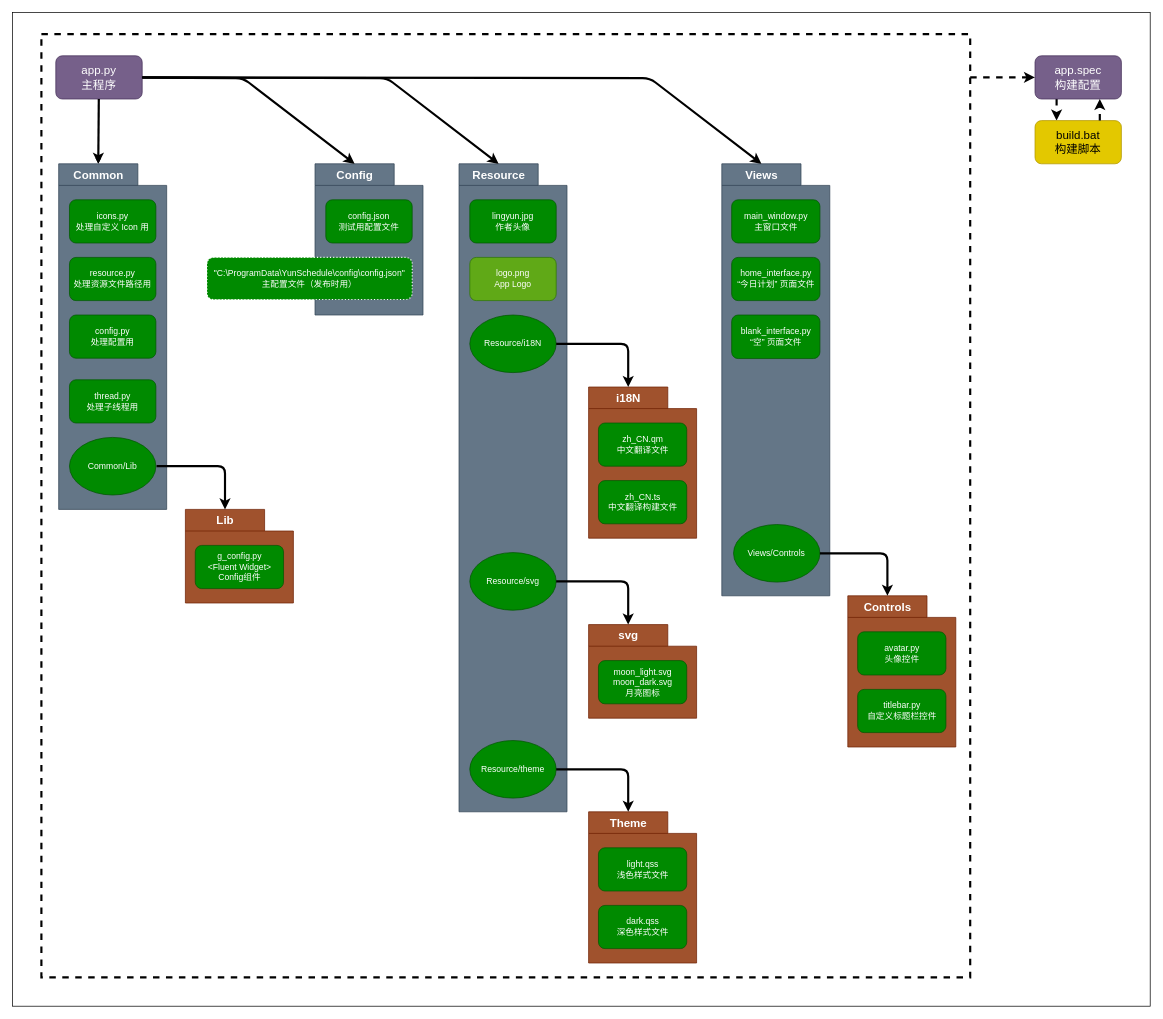
This is module.dio from Yuns-Lab/YunSchedule-Old, a draw.io file, before an edit. Source tidied: cells renumbered, new cells numbered last; positions are measured from the earlier drawing's top-left corner, leaving out a move shared by most shapes. Both pictures are drawn from the tidied source at 72%, with x=0, y=0 at pixel (12, 12).
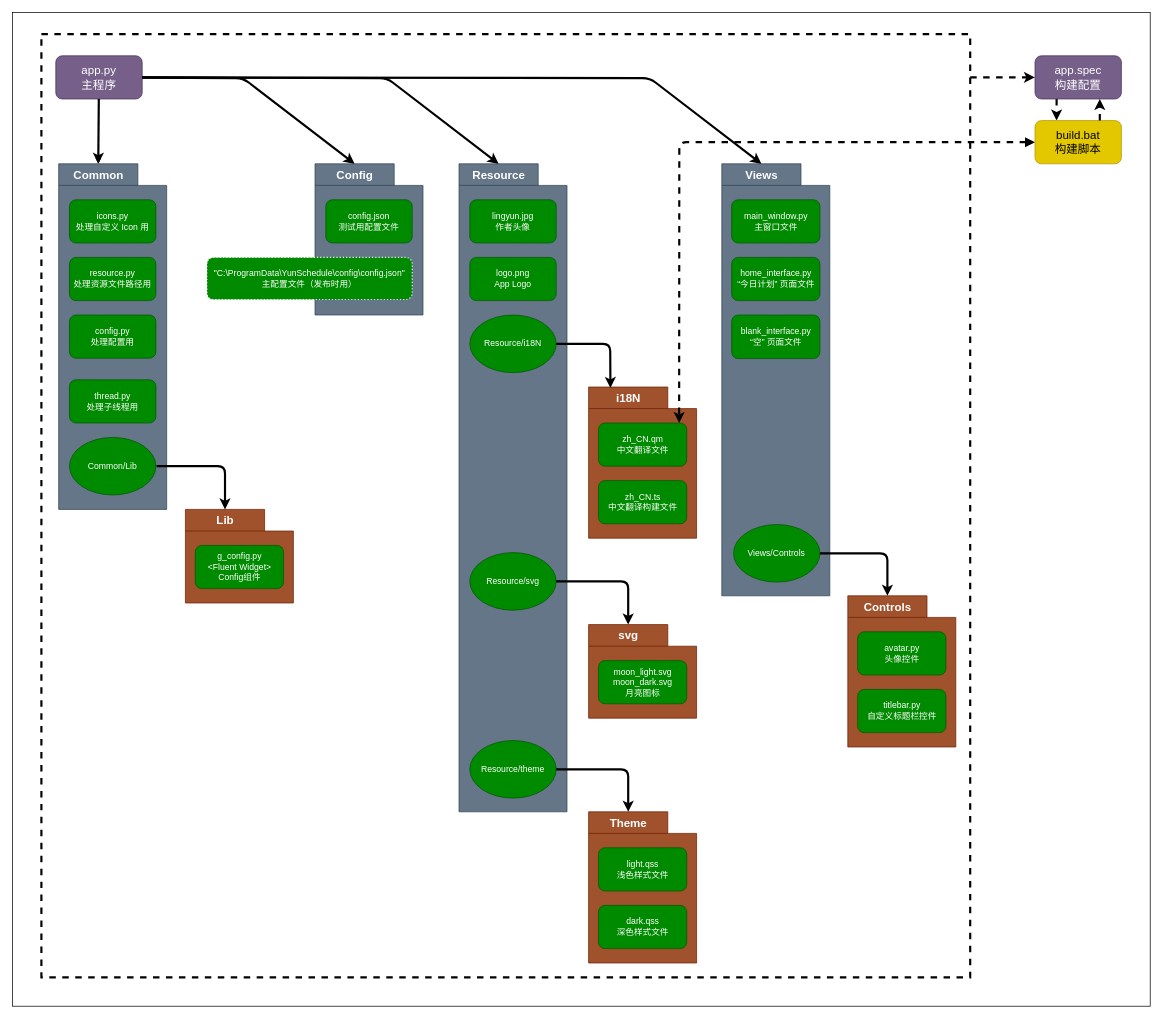
After the change.

Commit message (it also covers changes not shown here):
分离构建脚本，更新结构图

The change refers to these unchanged cells:
```xml
<mxCell id="17" value="Resource&lt;br&gt;" style="shape=folder;fontStyle=1;tabWidth=110;tabHeight=30;tabPosition=left;html=1;boundedLbl=1;labelInHeader=1;fontSize=16;fillColor=#647687;fontColor=#ffffff;strokeColor=#314354;" parent="1" vertex="1">
  <mxGeometry x="620" y="210" width="150" height="900" as="geometry" />
</mxCell>
<mxCell id="21" value="Resource/i18N" style="ellipse;whiteSpace=wrap;html=1;fillColor=#008a00;fontColor=#ffffff;strokeColor=#005700;rounded=1;" parent="17" vertex="1">
  <mxGeometry x="15" y="210" width="120" height="80" as="geometry" />
</mxCell>
<mxCell id="37" value="build.bat&lt;br&gt;构建脚本" style="rounded=1;whiteSpace=wrap;html=1;fontSize=16;fillColor=#e3c800;fontColor=#000000;strokeColor=#B09500;" parent="1" vertex="1">
  <mxGeometry x="1420" y="150" width="120" height="60" as="geometry" />
</mxCell>
<mxCell id="45" value="i18N" style="shape=folder;fontStyle=1;tabWidth=110;tabHeight=30;tabPosition=left;html=1;boundedLbl=1;labelInHeader=1;fontSize=16;fillColor=#a0522d;fontColor=#ffffff;strokeColor=#6D1F00;" parent="1" vertex="1">
  <mxGeometry x="800" y="520" width="150" height="210" as="geometry" />
</mxCell>
<mxCell id="47" value="zh_CN.qm&lt;br&gt;中文翻译文件" style="rounded=1;whiteSpace=wrap;html=1;fillColor=#008a00;fontColor=#ffffff;strokeColor=#005700;" parent="45" vertex="1">
  <mxGeometry x="13.7" y="50" width="122.6" height="60" as="geometry" />
</mxCell>
```

Change to the diagram source:
```diff
@@
-    <mxCell id="22" value="logo.png&lt;br&gt;App Logo" style="rounded=1;whiteSpace=wrap;html=1;fillColor=#60a917;fontColor=#ffffff;strokeColor=#2D7600;" parent="17" vertex="1">
+    <mxCell id="22" value="logo.png&lt;br&gt;App Logo" style="rounded=1;whiteSpace=wrap;html=1;fillColor=#008a00;fontColor=#ffffff;strokeColor=#005700;" parent="17" vertex="1">
       <mxGeometry x="15" y="130" width="120" height="60" as="geometry" />
     </mxCell>
@@
-    <mxCell id="49" style="edgeStyle=none;html=1;entryX=0;entryY=0;entryDx=55;entryDy=0;entryPerimeter=0;exitX=1;exitY=0.5;exitDx=0;exitDy=0;strokeWidth=3;" parent="1" edge="1" source="21">
-      <mxGeometry relative="1" as="geometry">
-        <mxPoint x="855" y="520" as="targetPoint" />
-        <Array as="points">
-          <mxPoint x="855" y="460" />
-        </Array>
-      </mxGeometry>
-    </mxCell>
@@
+    <mxCell id="62" style="endArrow=classic;html=1;exitX=1;exitY=0.5;exitDx=0;exitDy=0;entryX=0.202;entryY=0.006;entryDx=0;entryDy=0;entryPerimeter=0;strokeWidth=3;" parent="1" edge="1" source="21" target="45">
+      <mxGeometry relative="1" as="geometry">
+        <Array as="points">
+          <mxPoint x="830" y="460" />
+        </Array>
+      </mxGeometry>
+    </mxCell>
+    <mxCell id="63" style="edgeStyle=none;html=1;strokeWidth=3;entryX=0.914;entryY=-0.001;entryDx=0;entryDy=0;entryPerimeter=0;startArrow=block;startFill=1;dashed=1;" parent="1" edge="1" source="37" target="47">
+      <mxGeometry relative="1" as="geometry">
+        <Array as="points">
+          <mxPoint x="926" y="180" />
+        </Array>
+      </mxGeometry>
+    </mxCell>
```
